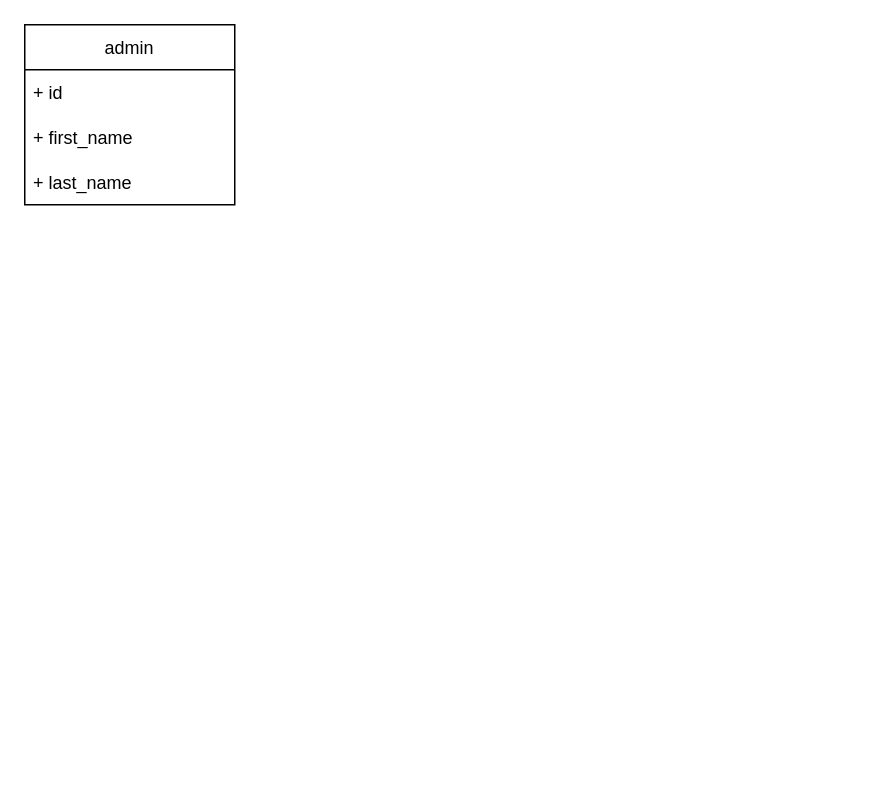
mouad5-bot/Article-Management-System keeps this draw.io diagram as uml/class_diagram.drawio. Above is the earlier version. Source tidied: cells renumbered, new cells numbered last; positions are measured from the earlier drawing's top-left corner, leaving out a move shared by most shapes. Both pictures are drawn from the tidied source at 150%, with x=0, y=0 at pixel (24, 24).
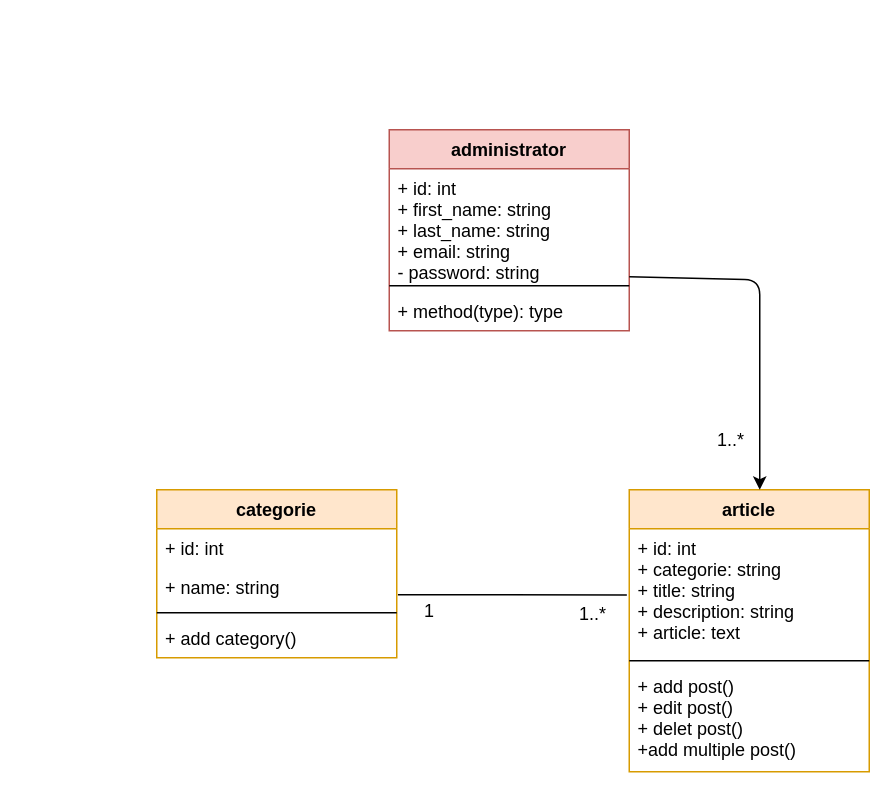
Above is the later version.

Commit message:
CT-1 <done | diagram class>

What changed in the source:
```diff
@@
-    <mxCell id="2" value="admin" style="swimlane;fontStyle=0;horizontal=1;startSize=30;" parent="1" vertex="1">
-      <mxGeometry width="140" height="120" as="geometry" />
-    </mxCell>
-    <mxCell id="3" value="+ id" style="text;strokeColor=none;fillColor=none;align=left;verticalAlign=middle;spacingLeft=4;spacingRight=4;overflow=hidden;" parent="2" vertex="1">
-      <mxGeometry y="30" width="140" height="30" as="geometry" />
-    </mxCell>
-    <mxCell id="4" value="+ first_name" style="text;strokeColor=none;fillColor=none;align=left;verticalAlign=middle;spacingLeft=4;spacingRight=4;overflow=hidden;" parent="2" vertex="1">
-      <mxGeometry y="60" width="140" height="30" as="geometry" />
-    </mxCell>
-    <mxCell id="5" value="+ last_name" style="text;strokeColor=none;fillColor=none;align=left;verticalAlign=middle;spacingLeft=4;spacingRight=4;overflow=hidden;" parent="2" vertex="1">
-      <mxGeometry y="90" width="140" height="30" as="geometry" />
+    <mxCell id="5" value="administrator" style="swimlane;fontStyle=1;align=center;verticalAlign=top;horizontal=1;startSize=26;fillColor=#f8cecc;strokeColor=#b85450;" parent="1" vertex="1">
+      <mxGeometry x="243" y="70" width="160" height="134" as="geometry" />
     </mxCell>
+    <mxCell id="6" value="+ id: int&#10;+ first_name: string&#10;+ last_name: string&#10;+ email: string&#10;- password: string" style="text;align=left;verticalAlign=top;spacingLeft=4;spacingRight=4;overflow=hidden;" parent="5" vertex="1">
+      <mxGeometry y="26" width="160" height="74" as="geometry" />
+    </mxCell>
+    <mxCell id="7" style="line;strokeWidth=1;fillColor=none;align=left;verticalAlign=middle;spacingTop=-1;spacingLeft=3;spacingRight=3;labelPosition=right;points=[];portConstraint=eastwest;" parent="5" vertex="1">
+      <mxGeometry y="100" width="160" height="8" as="geometry" />
+    </mxCell>
+    <mxCell id="8" value="+ method(type): type" style="text;strokeColor=none;fillColor=none;align=left;verticalAlign=top;spacingLeft=4;spacingRight=4;overflow=hidden;" parent="5" vertex="1">
+      <mxGeometry y="108" width="160" height="26" as="geometry" />
+    </mxCell>
+    <mxCell id="9" value="article" style="swimlane;fontStyle=1;align=center;verticalAlign=top;horizontal=1;startSize=26;fillColor=#ffe6cc;strokeColor=#d79b00;" parent="1" vertex="1">
+      <mxGeometry x="403" y="310" width="160" height="188" as="geometry" />
+    </mxCell>
+    <mxCell id="10" value="+ id: int&#10;+ categorie: string&#10;+ title: string&#10;+ description: string&#10;+ article: text" style="text;align=left;verticalAlign=top;spacingLeft=4;spacingRight=4;overflow=hidden;points=[[0,0.5],[1,0.5]];portConstraint=eastwest;" parent="9" vertex="1">
+      <mxGeometry y="26" width="160" height="84" as="geometry" />
+    </mxCell>
+    <mxCell id="11" style="line;strokeWidth=1;fillColor=none;align=left;verticalAlign=middle;spacingTop=-1;spacingLeft=3;spacingRight=3;labelPosition=right;" parent="9" vertex="1">
+      <mxGeometry y="110" width="160" height="8" as="geometry" />
+    </mxCell>
+    <mxCell id="12" value="+ add post()&#10;+ edit post()&#10;+ delet post()&#10;+add multiple post()" style="text;strokeColor=none;fillColor=none;align=left;verticalAlign=top;spacingLeft=4;spacingRight=4;overflow=hidden;" parent="9" vertex="1">
+      <mxGeometry y="118" width="160" height="70" as="geometry" />
+    </mxCell>
+    <mxCell id="13" value="categorie" style="swimlane;fontStyle=1;align=center;verticalAlign=top;horizontal=1;startSize=26;fillColor=#ffe6cc;strokeColor=#d79b00;" parent="1" vertex="1">
+      <mxGeometry x="88" y="310" width="160" height="112" as="geometry" />
+    </mxCell>
+    <mxCell id="14" value="+ id: int" style="text;strokeColor=none;fillColor=none;align=left;verticalAlign=top;spacingLeft=4;spacingRight=4;overflow=hidden;" parent="13" vertex="1">
+      <mxGeometry y="26" width="160" height="26" as="geometry" />
+    </mxCell>
+    <mxCell id="15" value="+ name: string" style="text;strokeColor=none;fillColor=none;align=left;verticalAlign=top;spacingLeft=4;spacingRight=4;overflow=hidden;points=[[0,0.5],[1,0.5]];portConstraint=eastwest;" parent="13" vertex="1">
+      <mxGeometry y="52" width="160" height="26" as="geometry" />
+    </mxCell>
+    <mxCell id="16" style="line;strokeWidth=1;fillColor=none;align=left;verticalAlign=middle;spacingTop=-1;spacingLeft=3;spacingRight=3;labelPosition=right;" parent="13" vertex="1">
+      <mxGeometry y="78" width="160" height="8" as="geometry" />
+    </mxCell>
+    <mxCell id="17" value="+ add category()" style="text;strokeColor=none;fillColor=none;align=left;verticalAlign=top;spacingLeft=4;spacingRight=4;overflow=hidden;" parent="13" vertex="1">
+      <mxGeometry y="86" width="160" height="26" as="geometry" />
+    </mxCell>
+    <mxCell id="18" style="endArrow=classic;html=1;exitX=1;exitY=-0.25;exitDx=0;exitDy=0;exitPerimeter=0;" parent="1" edge="1" source="7">
+      <mxGeometry relative="1" as="geometry">
+        <mxPoint x="490" y="310" as="targetPoint" />
+        <Array as="points">
+          <mxPoint x="490" y="170" />
+        </Array>
+      </mxGeometry>
+    </mxCell>
+    <mxCell id="19" style="endArrow=none;html=1;entryX=-0.01;entryY=0.526;entryDx=0;entryDy=0;exitX=1.005;exitY=0.69;exitDx=0;exitDy=0;exitPerimeter=0;entryPerimeter=0;" parent="1" edge="1" source="15" target="10">
+      <mxGeometry relative="1" as="geometry" />
+    </mxCell>
+    <mxCell id="20" value="1..*" style="text;html=1;strokeColor=none;fillColor=none;align=center;verticalAlign=middle;whiteSpace=wrap;rounded=0;" parent="1" vertex="1">
+      <mxGeometry x="451" y="267" width="40" height="20" as="geometry" />
+    </mxCell>
+    <mxCell id="21" value="1..*" style="text;html=1;strokeColor=none;fillColor=none;align=center;verticalAlign=middle;whiteSpace=wrap;rounded=0;" parent="1" vertex="1">
+      <mxGeometry x="359" y="383" width="40" height="20" as="geometry" />
+    </mxCell>
+    <mxCell id="22" value="1" style="text;html=1;strokeColor=none;fillColor=none;align=center;verticalAlign=middle;whiteSpace=wrap;rounded=0;" parent="1" vertex="1">
+      <mxGeometry x="250" y="380" width="40" height="21" as="geometry" />
+    </mxCell>
```
